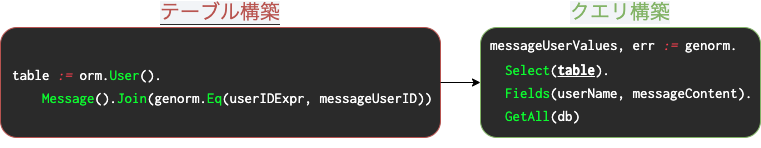
This is trap-lt/use-flow.png from mazrean/slides, a draw.io export, as it was before one commit. Source tidied: cells renumbered, new cells last; positions are measured from the earlier drawing's top-left corner, leaving out a move shared by most shapes.
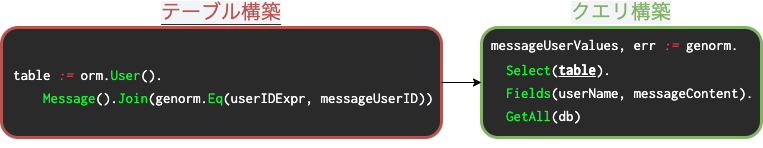
After the change.

Change to the diagram source:
```diff
@@ -2,13 +2,13 @@
   <root>
     <mxCell id="0" />
     <mxCell id="1" parent="0" />
-    <mxCell id="2" value="&lt;font style=&quot;font-size: 20px ; background-color: rgb(242 , 244 , 247)&quot; color=&quot;#b85450&quot;&gt;テーブル構築&lt;/font&gt;" style="rounded=1;whiteSpace=wrap;html=1;labelPosition=center;verticalLabelPosition=top;align=center;verticalAlign=bottom;fillColor=#2A2A2A;strokeColor=#b85450;labelBackgroundColor=#2A2A2A;" parent="1" vertex="1">
+    <mxCell id="2" value="&lt;font style=&quot;font-size: 20px ; background-color: rgb(242 , 244 , 247)&quot; color=&quot;#b85450&quot;&gt;テーブル構築&lt;/font&gt;" style="rounded=1;whiteSpace=wrap;html=1;labelPosition=center;verticalLabelPosition=top;align=center;verticalAlign=bottom;fillColor=#2A2A2A;strokeColor=#b85450;labelBackgroundColor=#2A2A2A;strokeWidth=3;" parent="1" vertex="1">
       <mxGeometry y="20" width="440" height="110" as="geometry" />
     </mxCell>
     <mxCell id="3" value="&lt;pre style=&quot;color: rgb(255 , 255 , 255) ; font-family: &amp;quot;ricty diminished&amp;quot; , &amp;quot;menlo&amp;quot; , &amp;quot;monaco&amp;quot; , &amp;quot;courier new&amp;quot; , monospace ; font-weight: normal ; font-size: 15px ; line-height: 23px&quot;&gt;&lt;div&gt;&lt;span style=&quot;&quot;&gt;&lt;span style=&quot;color: #ffffff&quot;&gt;table &lt;/span&gt;&lt;span style=&quot;color: #ff3f4f ; font-style: italic&quot;&gt;:=&lt;/span&gt;&lt;span style=&quot;color: #ffffff&quot;&gt; orm.&lt;/span&gt;&lt;span style=&quot;color: #0cfa2f&quot;&gt;User&lt;/span&gt;&lt;span style=&quot;color: #ffffff&quot;&gt;().&lt;/span&gt;&lt;/span&gt;&lt;/div&gt;&lt;div&gt;&lt;span style=&quot;&quot;&gt;&lt;span style=&quot;color: #ffffff&quot;&gt;    &lt;/span&gt;&lt;span style=&quot;color: #0cfa2f&quot;&gt;Message&lt;/span&gt;&lt;span style=&quot;color: #ffffff&quot;&gt;().&lt;/span&gt;&lt;span style=&quot;color: #0cfa2f&quot;&gt;Join&lt;/span&gt;&lt;span style=&quot;color: #ffffff&quot;&gt;(genorm.&lt;/span&gt;&lt;span style=&quot;color: #0cfa2f&quot;&gt;Eq&lt;/span&gt;&lt;span style=&quot;color: #ffffff&quot;&gt;(userIDExpr, messageUserID))&lt;/span&gt;&lt;/span&gt;&lt;/div&gt;&lt;/pre&gt;" style="text;whiteSpace=wrap;html=1;fontSize=20;labelBackgroundColor=none;fillColor=none;" parent="1" vertex="1">
       <mxGeometry x="10" y="35" width="420" height="80" as="geometry" />
     </mxCell>
-    <mxCell id="4" value="&lt;span style=&quot;background-color: rgb(242 , 244 , 247)&quot;&gt;クエリ構築&lt;/span&gt;" style="rounded=1;whiteSpace=wrap;html=1;labelBackgroundColor=default;fontSize=20;fillColor=#2A2A2A;strokeColor=#82b366;labelPosition=center;verticalLabelPosition=top;align=center;verticalAlign=bottom;fontColor=#82B366;" parent="1" vertex="1">
+    <mxCell id="4" value="&lt;span style=&quot;background-color: rgb(242 , 244 , 247)&quot;&gt;クエリ構築&lt;/span&gt;" style="rounded=1;whiteSpace=wrap;html=1;labelBackgroundColor=default;fontSize=20;fillColor=#2A2A2A;strokeColor=#82b366;labelPosition=center;verticalLabelPosition=top;align=center;verticalAlign=bottom;fontColor=#82B366;strokeWidth=3;" parent="1" vertex="1">
       <mxGeometry x="480" y="20" width="280" height="110" as="geometry" />
     </mxCell>
     <mxCell id="5" value="&lt;pre style=&quot;color: rgb(255 , 255 , 255) ; font-family: &amp;#34;ricty diminished&amp;#34; , &amp;#34;menlo&amp;#34; , &amp;#34;monaco&amp;#34; , &amp;#34;courier new&amp;#34; , monospace ; line-height: 23px&quot;&gt;&lt;div style=&quot;font-size: 15px ; font-weight: normal&quot;&gt;&lt;span style=&quot;background-color: rgb(42 , 42 , 42)&quot;&gt;&lt;span style=&quot;color: rgb(255 , 255 , 255)&quot;&gt;messageUserValues, err &lt;/span&gt;&lt;span style=&quot;color: rgb(255 , 63 , 79) ; font-style: italic&quot;&gt;:=&lt;/span&gt;&lt;span style=&quot;color: rgb(255 , 255 , 255)&quot;&gt; genorm.&lt;/span&gt;&lt;/span&gt;&lt;/div&gt;&lt;div&gt;&lt;span style=&quot;background-color: rgb(42 , 42 , 42)&quot;&gt;&lt;span style=&quot;font-size: 15px ; font-weight: normal ; color: rgb(255 , 255 , 255)&quot;&gt;  &lt;/span&gt;&lt;span style=&quot;font-size: 15px ; font-weight: normal ; color: rgb(12 , 250 , 47)&quot;&gt;Select&lt;/span&gt;&lt;span style=&quot;color: rgb(255 , 255 , 255)&quot;&gt;&lt;span style=&quot;font-size: 15px&quot;&gt;(&lt;/span&gt;&lt;b&gt;&lt;font style=&quot;font-size: 15px&quot;&gt;&lt;u&gt;table&lt;/u&gt;&lt;/font&gt;&lt;/b&gt;&lt;span style=&quot;font-size: 15px&quot;&gt;).&lt;/span&gt;&lt;/span&gt;&lt;/span&gt;&lt;/div&gt;&lt;div style=&quot;font-size: 15px ; font-weight: normal&quot;&gt;&lt;span style=&quot;background-color: rgb(42 , 42 , 42)&quot;&gt;&lt;span style=&quot;color: #ffffff&quot;&gt;  &lt;/span&gt;&lt;span style=&quot;color: #0cfa2f&quot;&gt;Fields&lt;/span&gt;&lt;span style=&quot;color: #ffffff&quot;&gt;(userName, messageContent).&lt;/span&gt;&lt;/span&gt;&lt;/div&gt;&lt;div style=&quot;font-size: 15px ; font-weight: normal&quot;&gt;&lt;span style=&quot;background-color: rgb(42 , 42 , 42)&quot;&gt;&lt;span style=&quot;color: rgb(255 , 255 , 255)&quot;&gt;  &lt;/span&gt;&lt;span style=&quot;color: rgb(12 , 250 , 47)&quot;&gt;GetAll&lt;/span&gt;&lt;span style=&quot;color: rgb(255 , 255 , 255)&quot;&gt;(db)&lt;/span&gt;&lt;/span&gt;&lt;/div&gt;&lt;/pre&gt;" style="text;whiteSpace=wrap;html=1;fontSize=20;fontColor=#B85450;fillColor=none;" parent="1" vertex="1">
```
